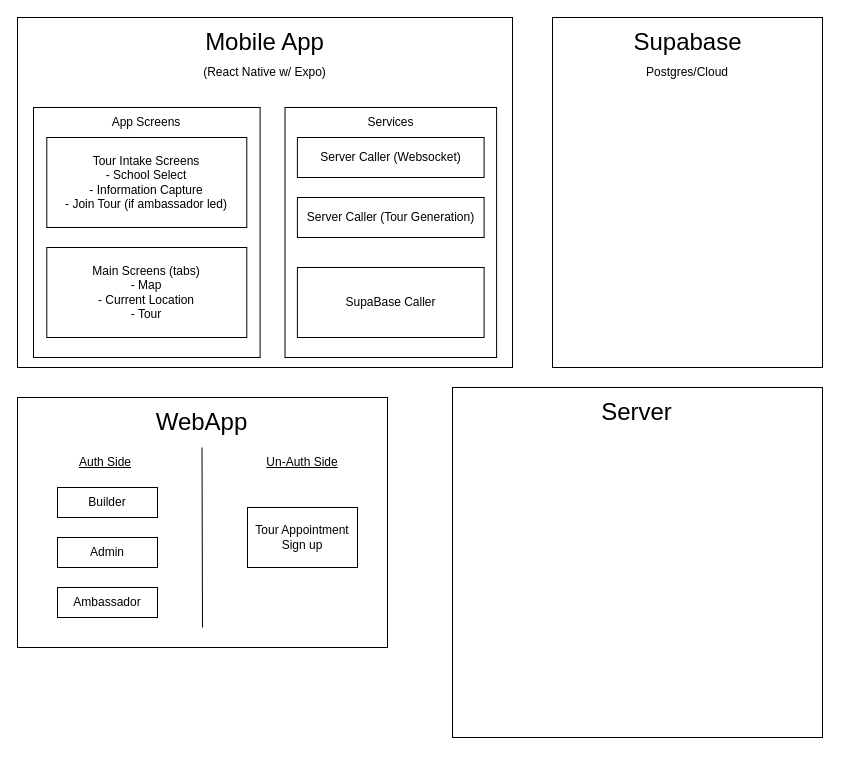
Before: docs/component.drawio in studio-node/CampusTour, a draw.io diagram. Source tidied: cells renumbered, new cells numbered last; positions are measured from the earlier drawing's top-left corner, leaving out a move shared by most shapes. Both pictures are drawn from the tidied source at 100%, with x=0, y=0 at pixel (17, 17).
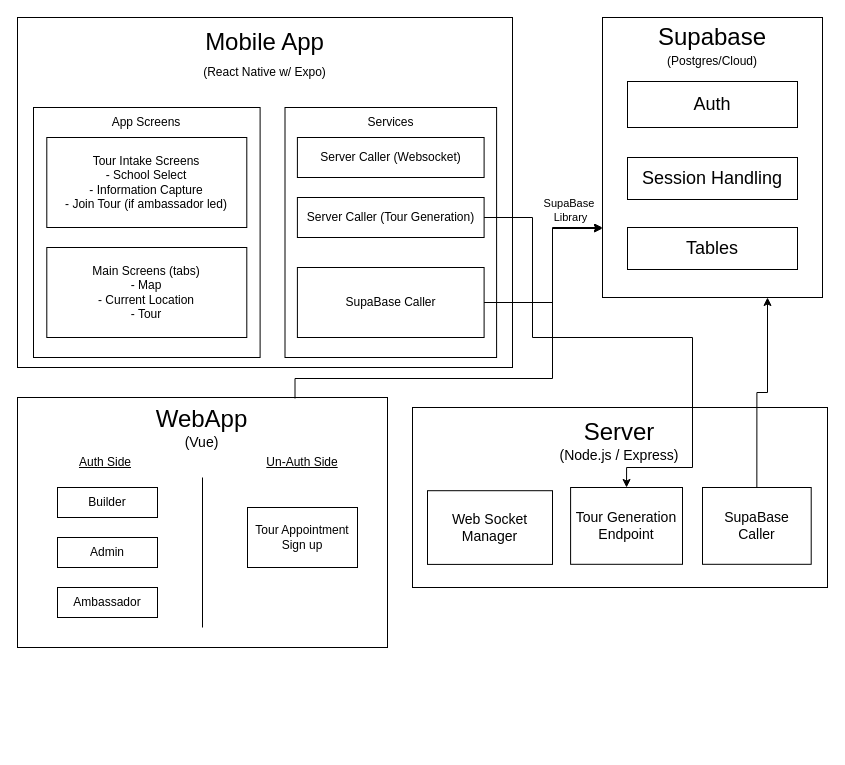
Above is the later version.

Commit message:
still working on component diagram

Unchanged cells that the change refers to:
```xml
<mxCell id="2" style="group;" parent="1" vertex="1">
  <mxGeometry y="380" width="370" height="350" as="geometry" />
</mxCell>
<mxCell id="33" value="SupaBase Caller" style="rounded=0;whiteSpace=wrap;html=1;" parent="29" vertex="1">
  <mxGeometry x="12.4" y="160" width="186.7" height="70" as="geometry" />
</mxCell>
<mxCell id="34" value="Server Caller (Tour Generation)" style="rounded=0;whiteSpace=wrap;html=1;" parent="29" vertex="1">
  <mxGeometry x="12.4" y="90" width="186.7" height="40" as="geometry" />
</mxCell>
```

The edit, as a diff of the source:
```diff
@@
-    <mxCell id="4" value="&lt;font style=&quot;font-size: 24px;&quot;&gt;WebApp&lt;/font&gt;" style="text;html=1;align=center;verticalAlign=middle;whiteSpace=wrap;rounded=0;" parent="2" vertex="1">
-      <mxGeometry x="108.4" y="10" width="153.3" height="30" as="geometry" />
+    <mxCell id="4" value="&lt;font style=&quot;font-size: 24px;&quot;&gt;WebApp&lt;/font&gt;&lt;div&gt;&lt;font style=&quot;font-size: 14px;&quot;&gt;(Vue)&lt;/font&gt;&lt;/div&gt;" style="text;html=1;align=center;verticalAlign=middle;whiteSpace=wrap;rounded=0;" parent="2" vertex="1">
+      <mxGeometry x="108.4" width="153.3" height="60" as="geometry" />
     </mxCell>
     <mxCell id="5" style="endArrow=none;html=1;rounded=0;" parent="2" edge="1">
       <mxGeometry relative="1" as="geometry">
-        <mxPoint x="184.5" y="50" as="sourcePoint" />
+        <mxPoint x="185" y="80" as="sourcePoint" />
         <mxPoint x="185" y="230" as="targetPoint" />
       </mxGeometry>
     </mxCell>
@@
     <mxCell id="12" style="group;" parent="1" vertex="1">
-      <mxGeometry x="535" width="270" height="350" as="geometry" />
+      <mxGeometry x="585" width="220" height="280" as="geometry" />
     </mxCell>
     <mxCell id="13" style="rounded=0;whiteSpace=wrap;html=1;" parent="12" vertex="1">
-      <mxGeometry width="270" height="350" as="geometry" />
+      <mxGeometry width="220" height="280" as="geometry" />
     </mxCell>
     <mxCell id="14" value="&lt;span style=&quot;font-size: 24px;&quot;&gt;Supabase&lt;/span&gt;" style="text;html=1;align=center;verticalAlign=middle;whiteSpace=wrap;rounded=0;" parent="12" vertex="1">
-      <mxGeometry x="89.7" y="10" width="90.6" height="30" as="geometry" />
+      <mxGeometry x="73.1" y="8" width="73.8" height="24" as="geometry" />
     </mxCell>
-    <mxCell id="15" value="Postgres/Cloud" style="text;html=1;align=center;verticalAlign=middle;whiteSpace=wrap;rounded=0;" parent="12" vertex="1">
-      <mxGeometry x="53" y="40" width="164.1" height="30" as="geometry" />
+    <mxCell id="15" value="(Postgres/Cloud)" style="text;html=1;align=center;verticalAlign=middle;whiteSpace=wrap;rounded=0;" parent="12" vertex="1">
+      <mxGeometry x="43.2" y="32" width="133.7" height="24" as="geometry" />
     </mxCell>
+    <mxCell id="36" value="&lt;font style=&quot;font-size: 18px;&quot;&gt;Auth&lt;/font&gt;" style="rounded=0;whiteSpace=wrap;html=1;" parent="12" vertex="1">
+      <mxGeometry x="25" y="64" width="170" height="46" as="geometry" />
+    </mxCell>
+    <mxCell id="37" value="&lt;font style=&quot;font-size: 18px;&quot;&gt;Tables&lt;/font&gt;" style="rounded=0;whiteSpace=wrap;html=1;" parent="12" vertex="1">
+      <mxGeometry x="25" y="210" width="170" height="42" as="geometry" />
+    </mxCell>
+    <mxCell id="38" value="&lt;font style=&quot;font-size: 18px;&quot;&gt;Session Handling&lt;/font&gt;" style="rounded=0;whiteSpace=wrap;html=1;" parent="12" vertex="1">
+      <mxGeometry x="25" y="140" width="170" height="42" as="geometry" />
+    </mxCell>
     <mxCell id="16" style="group;" parent="1" vertex="1">
-      <mxGeometry x="435" y="370" width="370" height="350" as="geometry" />
+      <mxGeometry x="395" y="390" width="415" height="180" as="geometry" />
     </mxCell>
     <mxCell id="17" style="rounded=0;whiteSpace=wrap;html=1;" parent="16" vertex="1">
-      <mxGeometry width="370" height="350" as="geometry" />
+      <mxGeometry width="415" height="180" as="geometry" />
     </mxCell>
-    <mxCell id="18" value="&lt;font style=&quot;font-size: 24px;&quot;&gt;Server&lt;/font&gt;" style="text;html=1;align=center;verticalAlign=middle;whiteSpace=wrap;rounded=0;" parent="16" vertex="1">
-      <mxGeometry x="108.4" y="10" width="153.3" height="30" as="geometry" />
+    <mxCell id="18" value="&lt;font style=&quot;font-size: 24px;&quot;&gt;Server&lt;/font&gt;&lt;div&gt;&lt;font style=&quot;font-size: 14px;&quot;&gt;(Node.js / Express)&lt;/font&gt;&lt;/div&gt;" style="text;html=1;align=center;verticalAlign=middle;whiteSpace=wrap;rounded=0;" parent="16" vertex="1">
+      <mxGeometry x="90.4" y="13" width="234.2" height="39.9" as="geometry" />
     </mxCell>
+    <mxCell id="39" value="&lt;font style=&quot;font-size: 14px;&quot;&gt;Web Socket Manager&lt;/font&gt;" style="rounded=0;whiteSpace=wrap;html=1;" parent="16" vertex="1">
+      <mxGeometry x="15" y="83.2" width="125" height="73.7" as="geometry" />
+    </mxCell>
+    <mxCell id="40" value="&lt;font style=&quot;font-size: 14px;&quot;&gt;Tour Generation&lt;/font&gt;&lt;div&gt;&lt;font style=&quot;font-size: 14px;&quot;&gt;Endpoint&lt;/font&gt;&lt;/div&gt;" style="rounded=0;whiteSpace=wrap;html=1;" parent="16" vertex="1">
+      <mxGeometry x="158.1" y="80" width="111.9" height="76.8" as="geometry" />
+    </mxCell>
+    <mxCell id="41" value="&lt;span style=&quot;font-size: 14px;&quot;&gt;SupaBase&lt;/span&gt;&lt;div&gt;&lt;span style=&quot;font-size: 14px;&quot;&gt;Caller&lt;/span&gt;&lt;/div&gt;" style="rounded=0;whiteSpace=wrap;html=1;" parent="16" vertex="1">
+      <mxGeometry x="290" y="80" width="108.7" height="76.8" as="geometry" />
+    </mxCell>
@@
+    <mxCell id="42" style="edgeStyle=orthogonalEdgeStyle;rounded=0;jettySize=auto;html=1;exitX=1;exitY=0.5;exitDx=0;exitDy=0;entryX=0;entryY=0.75;entryDx=0;entryDy=0;" parent="1" edge="1" source="33" target="13">
+      <mxGeometry relative="1" as="geometry">
+        <Array as="points">
+          <mxPoint x="535" y="285" />
+          <mxPoint x="535" y="210" />
+        </Array>
+      </mxGeometry>
+    </mxCell>
+    <mxCell id="43" value="SupaBase&amp;nbsp;&lt;div&gt;Library&lt;/div&gt;" style="edgeLabel;html=1;align=center;verticalAlign=middle;" parent="42" vertex="1">
+      <mxGeometry x="-0.34" relative="1" as="geometry">
+        <mxPoint x="22" y="-93" as="offset" />
+      </mxGeometry>
+    </mxCell>
+    <mxCell id="44" style="edgeStyle=orthogonalEdgeStyle;rounded=0;orthogonalLoop=1;jettySize=auto;html=1;exitX=0.75;exitY=0;exitDx=0;exitDy=0;entryX=0;entryY=0.75;entryDx=0;entryDy=0;" parent="1" edge="1">
+      <mxGeometry relative="1" as="geometry">
+        <mxPoint x="277.5" y="381" as="sourcePoint" />
+        <mxPoint x="585" y="211" as="targetPoint" />
+        <Array as="points">
+          <mxPoint x="278" y="361" />
+          <mxPoint x="535" y="361" />
+          <mxPoint x="535" y="211" />
+        </Array>
+      </mxGeometry>
+    </mxCell>
+    <mxCell id="45" style="edgeStyle=orthogonalEdgeStyle;rounded=0;jettySize=auto;html=1;exitX=0.5;exitY=0;exitDx=0;exitDy=0;entryX=0.75;entryY=1;entryDx=0;entryDy=0;" parent="1" edge="1" source="41" target="13">
+      <mxGeometry relative="1" as="geometry" />
+    </mxCell>
+    <mxCell id="46" style="edgeStyle=orthogonalEdgeStyle;rounded=0;jettySize=auto;html=1;exitX=1;exitY=0.5;exitDx=0;exitDy=0;entryX=0.5;entryY=0;entryDx=0;entryDy=0;" parent="1" edge="1" source="34" target="40">
+      <mxGeometry relative="1" as="geometry">
+        <Array as="points">
+          <mxPoint x="515" y="200" />
+          <mxPoint x="515" y="320" />
+          <mxPoint x="675" y="320" />
+          <mxPoint x="675" y="450" />
+          <mxPoint x="609" y="450" />
+        </Array>
+      </mxGeometry>
+    </mxCell>
```
